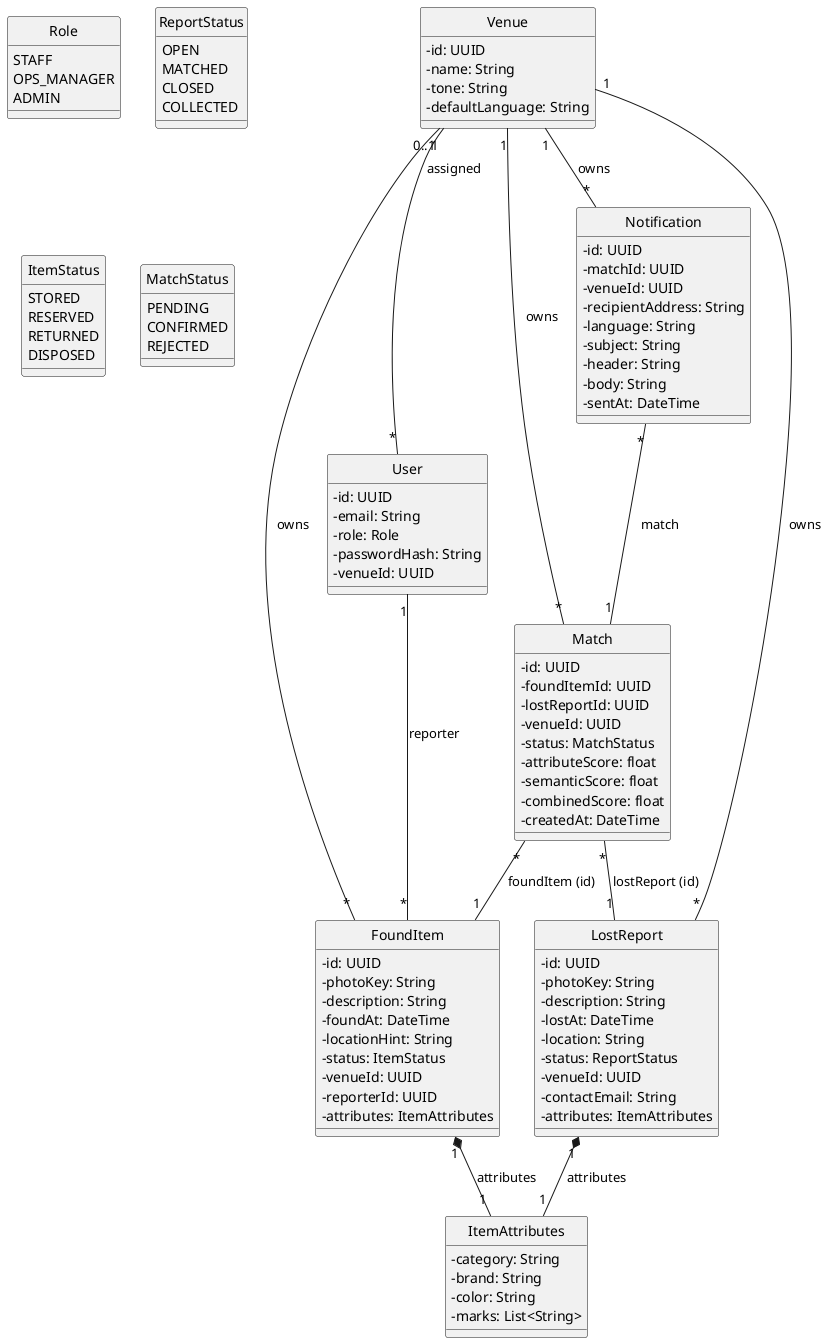
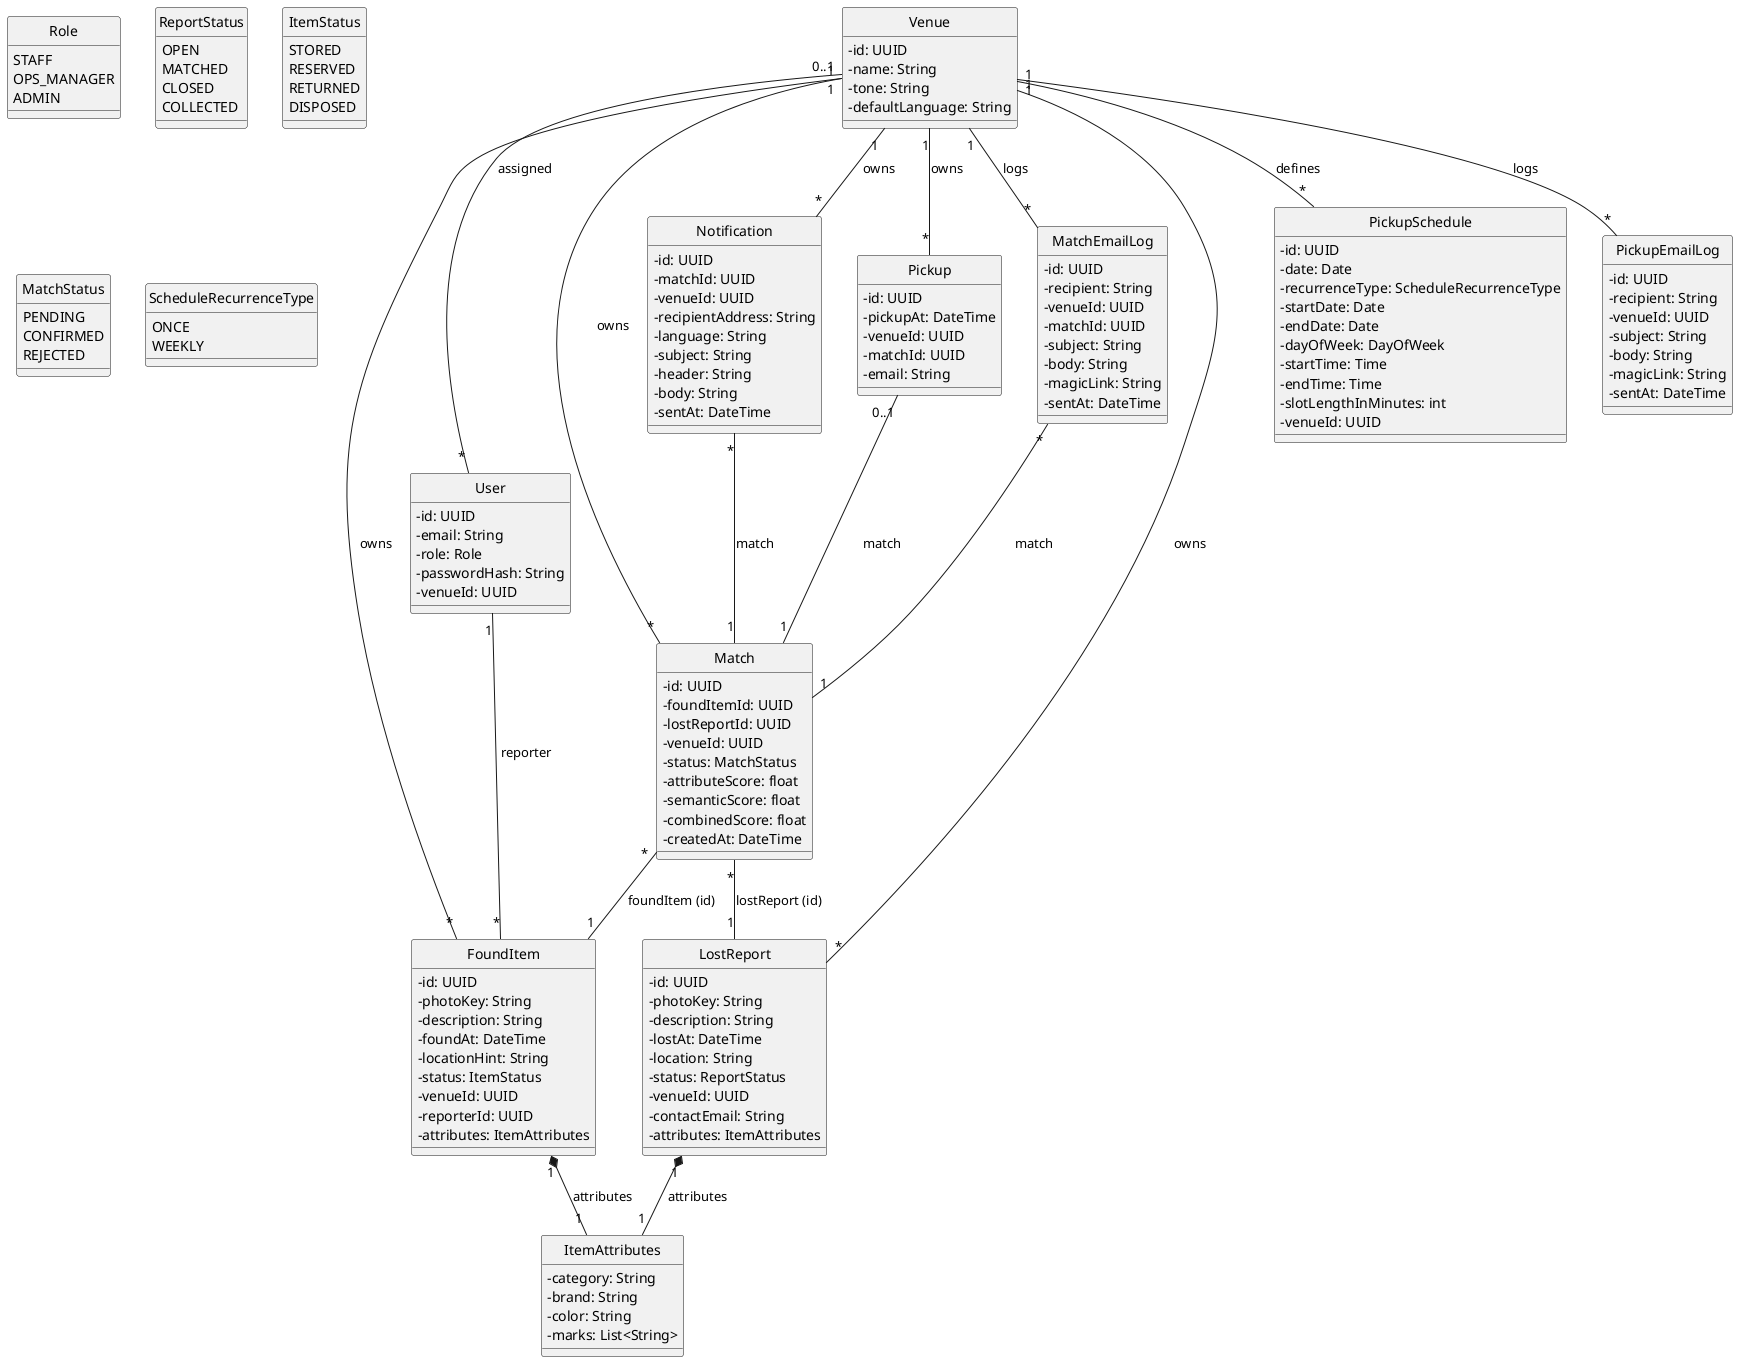
@startuml
skinparam classAttributeIconSize 0
hide circle

' Enums
enum Role {
  STAFF
  OPS_MANAGER
  ADMIN
}

enum ReportStatus {
  OPEN
  MATCHED
  CLOSED
  COLLECTED
}

enum ItemStatus {
  STORED
  RESERVED
  RETURNED
  DISPOSED
}

enum MatchStatus {
  PENDING
  CONFIRMED
  REJECTED
+ }
+ 
+ enum ScheduleRecurrenceType {
+   ONCE
+   WEEKLY
}

' Shared embeddable
class ItemAttributes {
  - category: String
  - brand: String
  - color: String
  - marks: List<String>
}

' Services / domain entities
class Venue {
  - id: UUID
  - name: String
  - tone: String
  - defaultLanguage: String
}

class User {
  - id: UUID
  - email: String
  - role: Role
  - passwordHash: String
  - venueId: UUID
}

class FoundItem {
  - id: UUID
  - photoKey: String
  - description: String
  - foundAt: DateTime
  - locationHint: String
  - status: ItemStatus
  - venueId: UUID
  - reporterId: UUID
  - attributes: ItemAttributes
}

class LostReport {
  - id: UUID
  - photoKey: String
  - description: String
  - lostAt: DateTime
  - location: String
  - status: ReportStatus
  - venueId: UUID
  - contactEmail: String
  - attributes: ItemAttributes
}

class Match {
  - id: UUID
  - foundItemId: UUID
  - lostReportId: UUID
  - venueId: UUID
  - status: MatchStatus
  - attributeScore: float
  - semanticScore: float
  - combinedScore: float
  - createdAt: DateTime
}

class Notification {
  - id: UUID
  - matchId: UUID
  - venueId: UUID
  - recipientAddress: String
  - language: String
  - subject: String
  - header: String
  - body: String
  - sentAt: DateTime
}

+ class Pickup {
+   - id: UUID
+   - pickupAt: DateTime
+   - venueId: UUID
+   - matchId: UUID
+   - email: String
+ }
+ 
+ class PickupSchedule {
+   - id: UUID
+   - date: Date
+   - recurrenceType: ScheduleRecurrenceType
+   - startDate: Date
+   - endDate: Date
+   - dayOfWeek: DayOfWeek
+   - startTime: Time
+   - endTime: Time
+   - slotLengthInMinutes: int
+   - venueId: UUID
+ }
+ 
+ class MatchEmailLog {
+   - id: UUID
+   - recipient: String
+   - venueId: UUID
+   - matchId: UUID
+   - subject: String
+   - body: String
+   - magicLink: String
+   - sentAt: DateTime
+ }
+ 
+ class PickupEmailLog {
+   - id: UUID
+   - recipient: String
+   - venueId: UUID
+   - subject: String
+   - body: String
+   - magicLink: String
+   - sentAt: DateTime
+ }
+ 
' Associations (representational - many relations modelled by UUID references)
Venue "0..1" -- "*" User : assigned
Venue "1" -- "*" FoundItem : owns
Venue "1" -- "*" LostReport : owns
Venue "1" -- "*" Match : owns
Venue "1" -- "*" Notification : owns
+ Venue "1" -- "*" Pickup : owns
+ Venue "1" -- "*" PickupSchedule : defines
+ Venue "1" -- "*" MatchEmailLog : logs
+ Venue "1" -- "*" PickupEmailLog : logs

User "1" -- "*" FoundItem : reporter

' Embedded attribute composition
FoundItem "1" *-- "1" ItemAttributes : attributes
LostReport "1" *-- "1" ItemAttributes : attributes

' Match / Notification relations (by id refs)
Match "*" -- "1" FoundItem : foundItem (id)
Match "*" -- "1" LostReport : lostReport (id)
Notification "*" -- "1" Match : match
+ Pickup "0..1" -- "1" Match : match
+ MatchEmailLog "*" -- "1" Match : match

@enduml
